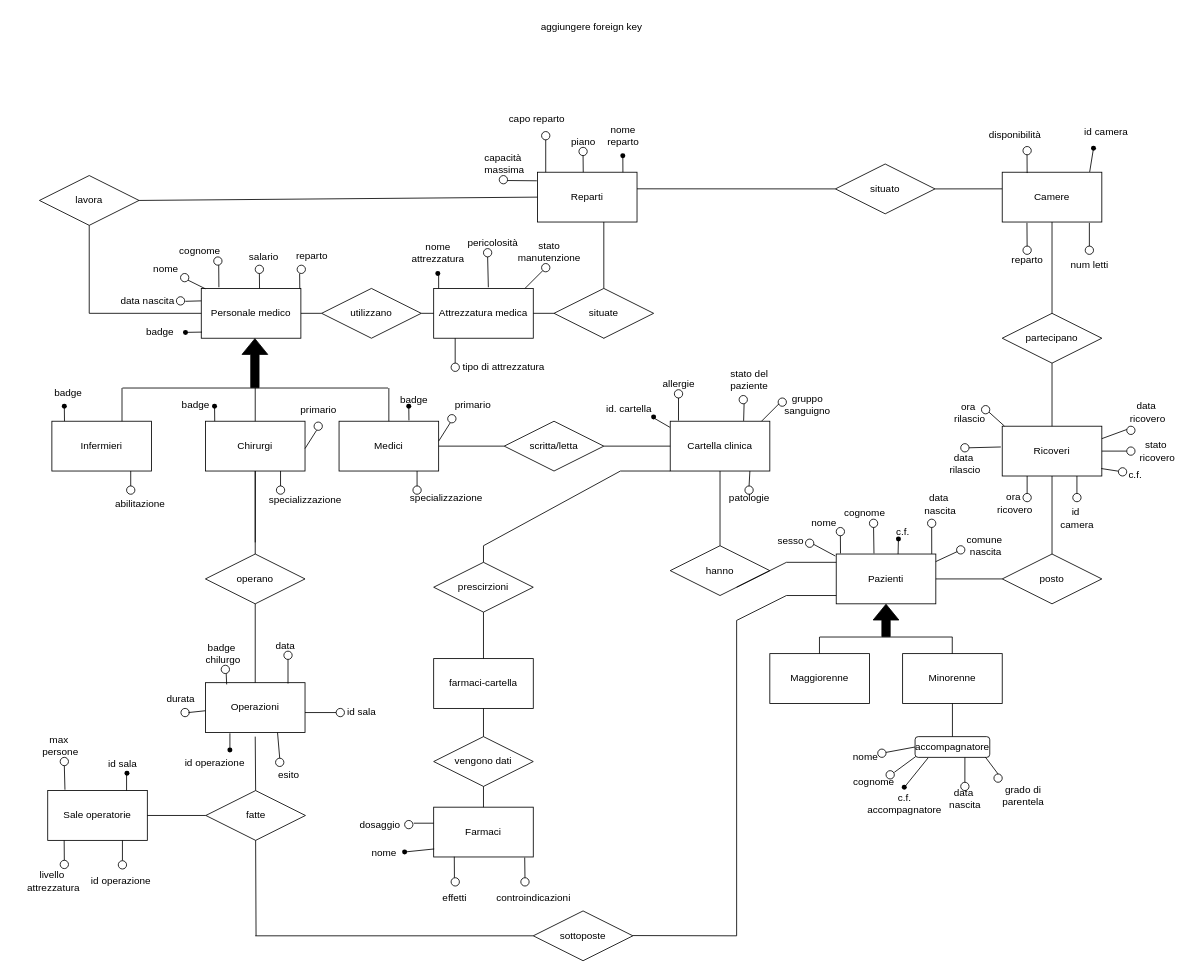
This is ER-conc2.drawio from MicheleDioli/UniPD-database-project-2024, a draw.io file, before an edit. Source tidied: cells renumbered, new cells numbered last; positions are measured from the earlier drawing's top-left corner, leaving out a move shared by most shapes. Both pictures are drawn from the tidied source at 83%, with x=0, y=0 at pixel (14, 14).
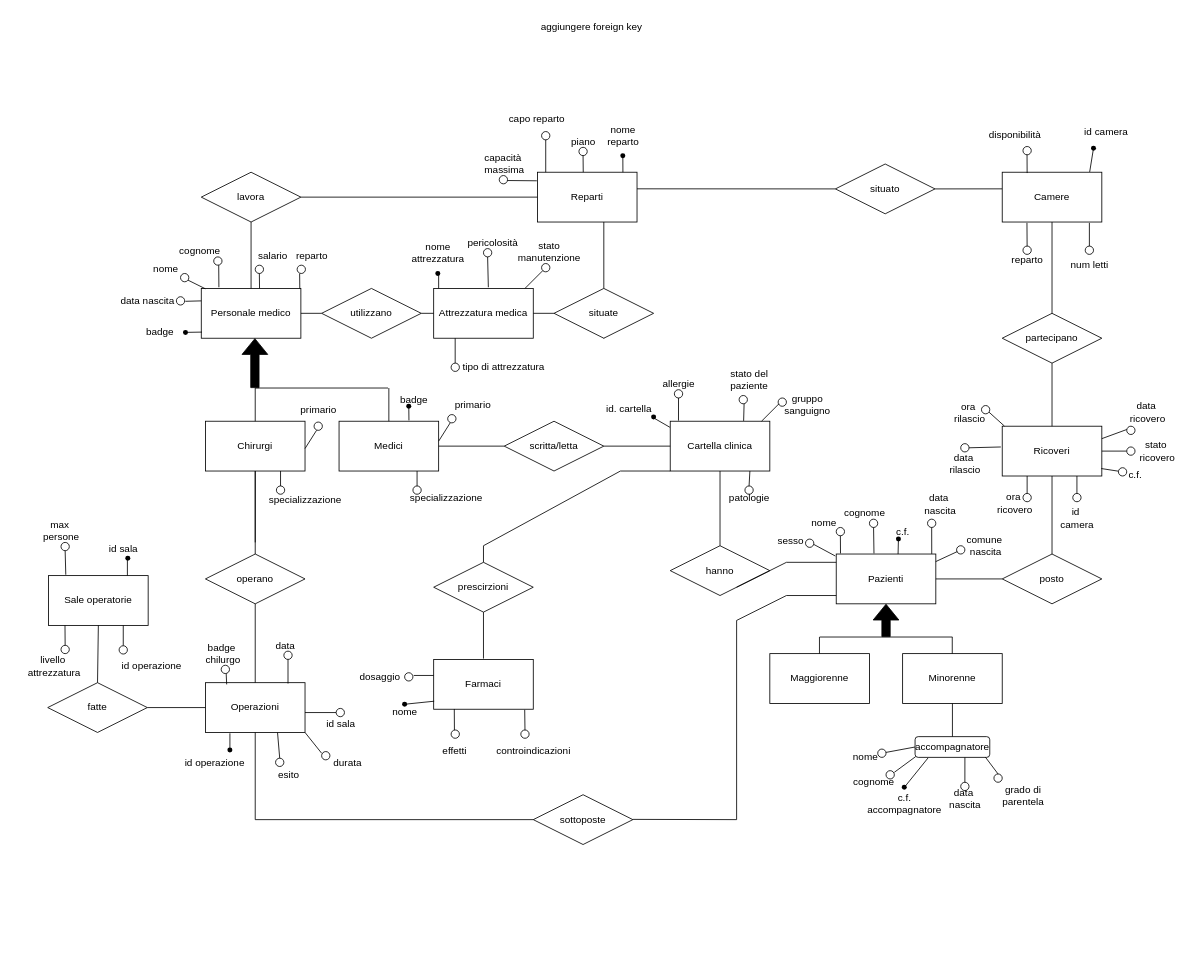
The same page after the edit.

Commit message:
conc aggiornato

The change refers to these unchanged cells:
```xml
<mxCell id="2" value="Personale medico" style="rounded=0;whiteSpace=wrap;html=1;" parent="1" vertex="1">
  <mxGeometry x="225" y="330" width="120" height="60" as="geometry" />
</mxCell>
<mxCell id="167" value="Operazioni" style="rounded=0;whiteSpace=wrap;html=1;" parent="1" vertex="1">
  <mxGeometry x="230" y="805" width="120" height="60" as="geometry" />
</mxCell>
<mxCell id="263" value="prescirzioni" style="shape=rhombus;perimeter=rhombusPerimeter;whiteSpace=wrap;html=1;align=center;" parent="1" vertex="1">
  <mxGeometry x="505" y="660" width="120" height="60" as="geometry" />
</mxCell>
```

The edit, as a diff of the source:
```diff
@@
-    <mxCell id="5" value="Infermieri" style="rounded=0;whiteSpace=wrap;html=1;" parent="1" vertex="1">
-      <mxGeometry x="45" y="490" width="120" height="60" as="geometry" />
-    </mxCell>
@@
     <mxCell id="11" value="Sale operatorie" style="rounded=0;whiteSpace=wrap;html=1;" parent="1" vertex="1">
-      <mxGeometry x="40" y="935" width="120" height="60" as="geometry" />
+      <mxGeometry x="41" y="676" width="120" height="60" as="geometry" />
     </mxCell>
@@
     <mxCell id="13" value="Farmaci" style="rounded=0;whiteSpace=wrap;html=1;" parent="1" vertex="1">
-      <mxGeometry x="505" y="955" width="120" height="60" as="geometry" />
+      <mxGeometry x="505" y="777" width="120" height="60" as="geometry" />
     </mxCell>
@@
     <mxCell id="20" value="lavora" style="shape=rhombus;perimeter=rhombusPerimeter;whiteSpace=wrap;html=1;align=center;" parent="1" vertex="1">
-      <mxGeometry x="30" y="194" width="120" height="60" as="geometry" />
+      <mxGeometry x="225" y="190" width="120" height="60" as="geometry" />
     </mxCell>
@@
     <mxCell id="22" value="fatte" style="shape=rhombus;perimeter=rhombusPerimeter;whiteSpace=wrap;html=1;align=center;" parent="1" vertex="1">
-      <mxGeometry x="230.5" y="935" width="120" height="60" as="geometry" />
+      <mxGeometry x="40" y="805" width="120" height="60" as="geometry" />
     </mxCell>
@@
     <mxCell id="28" value="sottoposte" style="shape=rhombus;perimeter=rhombusPerimeter;whiteSpace=wrap;html=1;align=center;" parent="1" vertex="1">
-      <mxGeometry x="625" y="1080" width="120" height="60" as="geometry" />
+      <mxGeometry x="625" y="940" width="120" height="60" as="geometry" />
     </mxCell>
@@
-    <mxCell id="32" style="endArrow=none;html=1;rounded=0;" parent="1" edge="1">
-      <mxGeometry relative="1" as="geometry">
-        <mxPoint x="129.5" y="490" as="sourcePoint" />
-        <mxPoint x="129.5" y="450" as="targetPoint" />
-      </mxGeometry>
-    </mxCell>
     <mxCell id="33" style="endArrow=none;html=1;rounded=0;" parent="1" edge="1">
       <mxGeometry relative="1" as="geometry">
-        <mxPoint x="130" y="450" as="sourcePoint" />
+        <mxPoint x="290" y="450" as="sourcePoint" />
         <mxPoint x="450" y="450" as="targetPoint" />
       </mxGeometry>
     </mxCell>
@@
     <mxCell id="45" style="endArrow=none;html=1;rounded=0;" parent="1" edge="1">
       <mxGeometry relative="1" as="geometry">
-        <mxPoint x="870" y="1110" as="sourcePoint" />
+        <mxPoint x="870" y="970" as="sourcePoint" />
         <mxPoint x="870" y="730" as="targetPoint" />
       </mxGeometry>
     </mxCell>
     <mxCell id="46" style="endArrow=none;html=1;rounded=0;" parent="1" edge="1">
       <mxGeometry relative="1" as="geometry">
-        <mxPoint x="745" y="1109.7" as="sourcePoint" />
-        <mxPoint x="870" y="1110" as="targetPoint" />
+        <mxPoint x="745" y="969.7" as="sourcePoint" />
+        <mxPoint x="870" y="970" as="targetPoint" />
       </mxGeometry>
     </mxCell>
@@
-    <mxCell id="48" style="endArrow=none;html=1;rounded=0;exitX=0.5;exitY=0;exitDx=0;exitDy=0;" parent="1" edge="1" source="22">
-      <mxGeometry relative="1" as="geometry">
-        <mxPoint x="290" y="870" as="targetPoint" />
-      </mxGeometry>
-    </mxCell>
@@
     <mxCell id="59" value="nome" style="text;html=1;align=center;verticalAlign=middle;strokeColor=none;fillColor=none;" parent="1" vertex="1">
-      <mxGeometry x="420" y="995" width="50" height="30" as="geometry" />
+      <mxGeometry x="445" y="826" width="50" height="30" as="geometry" />
     </mxCell>
     <mxCell id="60" value="effetti" style="text;html=1;align=center;verticalAlign=middle;strokeColor=none;fillColor=none;" parent="1" vertex="1">
-      <mxGeometry x="505" y="1050" width="50" height="30" as="geometry" />
+      <mxGeometry x="505" y="872" width="50" height="30" as="geometry" />
     </mxCell>
     <mxCell id="61" value="controindicazioni" style="text;html=1;align=center;verticalAlign=middle;strokeColor=none;fillColor=none;" parent="1" vertex="1">
-      <mxGeometry x="570" y="1050" width="110" height="30" as="geometry" />
+      <mxGeometry x="570" y="872" width="110" height="30" as="geometry" />
     </mxCell>
     <mxCell id="62" value="dosaggio" style="text;html=1;align=center;verticalAlign=middle;strokeColor=none;fillColor=none;" parent="1" vertex="1">
-      <mxGeometry x="405" y="961" width="70" height="30" as="geometry" />
+      <mxGeometry x="405" y="783" width="70" height="30" as="geometry" />
     </mxCell>
@@
     <mxCell id="64" value="salario" style="text;html=1;align=center;verticalAlign=middle;strokeColor=none;fillColor=none;" parent="1" vertex="1">
-      <mxGeometry x="269.5" y="277" width="60" height="30" as="geometry" />
+      <mxGeometry x="280.5" y="276" width="60" height="30" as="geometry" />
     </mxCell>
@@
     <mxCell id="73" value="id sala" style="text;html=1;align=center;verticalAlign=middle;strokeColor=none;fillColor=none;" parent="1" vertex="1">
-      <mxGeometry x="100" y="888" width="60" height="30" as="geometry" />
+      <mxGeometry x="101" y="629" width="60" height="30" as="geometry" />
     </mxCell>
     <mxCell id="74" value="livello&lt;div&gt;&amp;nbsp;attrezzatura&lt;/div&gt;" style="text;html=1;align=center;verticalAlign=middle;strokeColor=none;fillColor=none;" parent="1" vertex="1">
-      <mxGeometry y="1024" width="90" height="40" as="geometry" />
+      <mxGeometry x="1" y="765" width="90" height="40" as="geometry" />
     </mxCell>
     <mxCell id="75" value="max&amp;nbsp;&lt;div&gt;persone&lt;/div&gt;" style="text;html=1;align=center;verticalAlign=middle;strokeColor=none;fillColor=none;" parent="1" vertex="1">
-      <mxGeometry x="20" y="861" width="70" height="40" as="geometry" />
+      <mxGeometry x="21" y="602" width="70" height="40" as="geometry" />
     </mxCell>
@@
     <mxCell id="130" style="ellipse;whiteSpace=wrap;html=1;" parent="1" vertex="1">
-      <mxGeometry x="55" y="895" width="10" height="10" as="geometry" />
+      <mxGeometry x="56" y="636" width="10" height="10" as="geometry" />
     </mxCell>
     <mxCell id="131" style="ellipse;whiteSpace=wrap;html=1;" parent="1" vertex="1">
-      <mxGeometry x="55" y="1019" width="10" height="10" as="geometry" />
+      <mxGeometry x="56" y="760" width="10" height="10" as="geometry" />
     </mxCell>
     <mxCell id="132" style="ellipse;whiteSpace=wrap;html=1;" parent="1" vertex="1">
-      <mxGeometry x="470" y="971" width="10" height="10" as="geometry" />
+      <mxGeometry x="470" y="793" width="10" height="10" as="geometry" />
     </mxCell>
     <mxCell id="133" style="ellipse;whiteSpace=wrap;html=1;" parent="1" vertex="1">
-      <mxGeometry x="526" y="1040" width="10" height="10" as="geometry" />
+      <mxGeometry x="526" y="862" width="10" height="10" as="geometry" />
     </mxCell>
     <mxCell id="134" style="ellipse;whiteSpace=wrap;html=1;" parent="1" vertex="1">
-      <mxGeometry x="610" y="1040" width="10" height="10" as="geometry" />
+      <mxGeometry x="610" y="862" width="10" height="10" as="geometry" />
     </mxCell>
     <mxCell id="135" style="endArrow=none;html=1;rounded=0;" parent="1" edge="1">
       <mxGeometry relative="1" as="geometry">
-        <mxPoint x="505" y="974.3" as="sourcePoint" />
-        <mxPoint x="481" y="974.3" as="targetPoint" />
+        <mxPoint x="505" y="796.3" as="sourcePoint" />
+        <mxPoint x="481" y="796.3" as="targetPoint" />
       </mxGeometry>
     </mxCell>
@@
     <mxCell id="137" style="endArrow=none;html=1;rounded=0;entryX=0.207;entryY=0.995;entryDx=0;entryDy=0;entryPerimeter=0;" parent="1" edge="1" target="13">
       <mxGeometry relative="1" as="geometry">
-        <mxPoint x="530" y="1040" as="sourcePoint" />
+        <mxPoint x="530" y="862" as="sourcePoint" />
       </mxGeometry>
     </mxCell>
     <mxCell id="138" style="endArrow=none;html=1;rounded=0;entryX=0.914;entryY=1.012;entryDx=0;entryDy=0;entryPerimeter=0;" parent="1" edge="1" target="13">
       <mxGeometry relative="1" as="geometry">
-        <mxPoint x="615" y="1040" as="sourcePoint" />
+        <mxPoint x="615" y="862" as="sourcePoint" />
       </mxGeometry>
     </mxCell>
@@
     <mxCell id="140" style="endArrow=none;html=1;rounded=0;entryX=0.5;entryY=1;entryDx=0;entryDy=0;" parent="1" edge="1">
       <mxGeometry relative="1" as="geometry">
-        <mxPoint x="135" y="935" as="sourcePoint" />
-        <mxPoint x="135" y="914" as="targetPoint" />
+        <mxPoint x="136" y="676" as="sourcePoint" />
+        <mxPoint x="136" y="655" as="targetPoint" />
       </mxGeometry>
     </mxCell>
@@
     <mxCell id="178" style="ellipse;whiteSpace=wrap;html=1;" parent="1" vertex="1">
-      <mxGeometry x="200.5" y="836" width="10" height="10" as="geometry" />
+      <mxGeometry x="370" y="888" width="10" height="10" as="geometry" />
     </mxCell>
-    <mxCell id="179" style="endArrow=none;html=1;rounded=0;exitX=-0.001;exitY=0.564;exitDx=0;exitDy=0;exitPerimeter=0;" parent="1" edge="1" source="167">
+    <mxCell id="179" style="endArrow=none;html=1;rounded=0;entryX=1;entryY=1;entryDx=0;entryDy=0;" parent="1" edge="1" target="167">
       <mxGeometry relative="1" as="geometry">
-        <mxPoint x="209.5" y="841" as="targetPoint" />
+        <mxPoint x="370" y="890" as="sourcePoint" />
       </mxGeometry>
     </mxCell>
@@
     <mxCell id="181" value="durata" style="text;html=1;align=center;verticalAlign=middle;strokeColor=none;fillColor=none;" parent="1" vertex="1">
-      <mxGeometry x="170" y="810" width="60" height="30" as="geometry" />
+      <mxGeometry x="370.9" y="887" width="60" height="30" as="geometry" />
     </mxCell>
@@
     <mxCell id="183" value="id operazione" style="text;html=1;align=center;verticalAlign=middle;strokeColor=none;fillColor=none;" parent="1" vertex="1">
-      <mxGeometry x="78" y="1029" width="100" height="30" as="geometry" />
+      <mxGeometry x="115" y="770" width="100" height="30" as="geometry" />
     </mxCell>
@@
     <mxCell id="189" style="shape=waypoint;sketch=0;fillStyle=solid;size=6;points=[];fillColor=none;perimeter=centerPerimeter;snapToPoint=1;" parent="1" vertex="1">
-      <mxGeometry x="460" y="999" width="20" height="20" as="geometry" />
+      <mxGeometry x="460" y="821" width="20" height="20" as="geometry" />
     </mxCell>
@@
     <mxCell id="191" style="shape=waypoint;sketch=0;fillStyle=solid;size=6;fillColor=none;perimeter=centerPerimeter;" parent="1" vertex="1">
-      <mxGeometry x="125.5" y="904" width="20" height="20" as="geometry" />
+      <mxGeometry x="126.5" y="645" width="20" height="20" as="geometry" />
     </mxCell>
@@
-    <mxCell id="205" value="abilitazione" style="text;html=1;align=center;verticalAlign=middle;strokeColor=none;fillColor=none;" parent="1" vertex="1">
-      <mxGeometry x="111" y="575" width="80" height="30" as="geometry" />
-    </mxCell>
-    <mxCell id="206" style="ellipse;whiteSpace=wrap;html=1;" parent="1" vertex="1">
-      <mxGeometry x="135" y="568" width="10" height="10" as="geometry" />
-    </mxCell>
-    <mxCell id="207" style="endArrow=none;html=1;rounded=0;exitX=0.585;exitY=-0.001;exitDx=0;exitDy=0;exitPerimeter=0;" parent="1" edge="1">
-      <mxGeometry relative="1" as="geometry">
-        <mxPoint x="140" y="568" as="sourcePoint" />
-        <mxPoint x="140" y="550" as="targetPoint" />
-      </mxGeometry>
-    </mxCell>
@@
-    <mxCell id="239" style="endArrow=none;html=1;entryX=0.5;entryY=1;entryDx=0;entryDy=0;" parent="1" edge="1" target="20">
-      <mxGeometry relative="1" as="geometry">
-        <mxPoint x="90" y="360" as="sourcePoint" />
-      </mxGeometry>
-    </mxCell>
-    <mxCell id="240" style="endArrow=none;html=1;entryX=0;entryY=0.5;entryDx=0;entryDy=0;" parent="1" edge="1" target="2">
-      <mxGeometry relative="1" as="geometry">
-        <mxPoint x="90" y="360" as="sourcePoint" />
-      </mxGeometry>
-    </mxCell>
@@
-    <mxCell id="244" style="endArrow=none;html=1;rounded=0;exitX=0.585;exitY=-0.001;exitDx=0;exitDy=0;exitPerimeter=0;" parent="1" edge="1">
-      <mxGeometry relative="1" as="geometry">
-        <mxPoint x="60.2" y="489.9" as="sourcePoint" />
-        <mxPoint x="60" y="472" as="targetPoint" />
-      </mxGeometry>
-    </mxCell>
-    <mxCell id="245" style="endArrow=none;html=1;rounded=0;exitX=0.585;exitY=-0.001;exitDx=0;exitDy=0;exitPerimeter=0;" parent="1" edge="1">
-      <mxGeometry relative="1" as="geometry">
-        <mxPoint x="241.2" y="489.9" as="sourcePoint" />
-        <mxPoint x="241" y="472" as="targetPoint" />
-      </mxGeometry>
-    </mxCell>
@@
-    <mxCell id="248" value="badge" style="text;html=1;align=center;verticalAlign=middle;strokeColor=none;fillColor=none;" parent="1" vertex="1">
-      <mxGeometry x="187.5" y="455" width="60" height="30" as="geometry" />
-    </mxCell>
-    <mxCell id="249" value="badge" style="text;strokeColor=none;align=center;fillColor=none;html=1;verticalAlign=middle;whiteSpace=wrap;rounded=0;" parent="1" vertex="1">
-      <mxGeometry x="35" y="441" width="60" height="30" as="geometry" />
-    </mxCell>
-    <mxCell id="250" style="shape=waypoint;sketch=0;fillStyle=solid;size=6;fillColor=none;perimeter=centerPerimeter;" parent="1" vertex="1">
-      <mxGeometry x="231" y="462" width="20" height="20" as="geometry" />
-    </mxCell>
-    <mxCell id="251" style="shape=waypoint;sketch=0;fillStyle=solid;size=6;fillColor=none;perimeter=centerPerimeter;" parent="1" vertex="1">
-      <mxGeometry x="50" y="462" width="20" height="20" as="geometry" />
-    </mxCell>
@@
     <mxCell id="255" value="id sala" style="text;html=1;align=center;verticalAlign=middle;strokeColor=none;fillColor=none;" parent="1" vertex="1">
-      <mxGeometry x="387.5" y="826" width="60" height="30" as="geometry" />
+      <mxGeometry x="362.5" y="840" width="60" height="30" as="geometry" />
     </mxCell>
-    <mxCell id="256" value="farmaci-cartella" style="rounded=0;whiteSpace=wrap;html=1;" parent="1" vertex="1">
-      <mxGeometry x="505" y="776" width="120" height="60" as="geometry" />
-    </mxCell>
     <mxCell id="257" style="endArrow=none;html=1;entryX=0;entryY=0.5;entryDx=0;entryDy=0;" parent="1" edge="1" target="28">
       <mxGeometry relative="1" as="geometry">
-        <mxPoint x="290" y="1110" as="sourcePoint" />
+        <mxPoint x="290" y="970" as="sourcePoint" />
       </mxGeometry>
     </mxCell>
-    <mxCell id="258" style="endArrow=none;html=1;entryX=0.5;entryY=1;entryDx=0;entryDy=0;" parent="1" edge="1" target="22">
-      <mxGeometry relative="1" as="geometry">
-        <mxPoint x="291" y="1110" as="sourcePoint" />
-      </mxGeometry>
-    </mxCell>
-    <mxCell id="259" style="endArrow=none;html=1;entryX=0;entryY=0.5;entryDx=0;entryDy=0;" parent="1" edge="1" target="22">
-      <mxGeometry relative="1" as="geometry">
-        <mxPoint x="160" y="965" as="sourcePoint" />
-      </mxGeometry>
-    </mxCell>
     <mxCell id="260" style="endArrow=none;html=1;entryX=0.75;entryY=1;entryDx=0;entryDy=0;" parent="1" edge="1" target="261">
       <mxGeometry relative="1" as="geometry">
-        <mxPoint x="130" y="1020" as="sourcePoint" />
+        <mxPoint x="131" y="761" as="sourcePoint" />
       </mxGeometry>
     </mxCell>
     <mxCell id="261" style="ellipse;whiteSpace=wrap;html=1;" parent="1" vertex="1">
-      <mxGeometry x="125" y="1019.5" width="10" height="10" as="geometry" />
+      <mxGeometry x="126" y="760.5" width="10" height="10" as="geometry" />
     </mxCell>
     <mxCell id="262" style="endArrow=none;html=1;exitX=0.5;exitY=0;exitDx=0;exitDy=0;" parent="1" edge="1" source="131">
       <mxGeometry relative="1" as="geometry">
-        <mxPoint x="59.8" y="995" as="targetPoint" />
+        <mxPoint x="60.8" y="736" as="targetPoint" />
       </mxGeometry>
     </mxCell>
@@
-    <mxCell id="264" value="vengono dati" style="shape=rhombus;perimeter=rhombusPerimeter;whiteSpace=wrap;html=1;align=center;" parent="1" vertex="1">
-      <mxGeometry x="505" y="870" width="120" height="60" as="geometry" />
-    </mxCell>
-    <mxCell id="265" style="endArrow=none;html=1;exitX=0.5;exitY=0;exitDx=0;exitDy=0;entryX=0.5;entryY=1;entryDx=0;entryDy=0;" parent="1" edge="1" source="13" target="264">
-      <mxGeometry relative="1" as="geometry" />
-    </mxCell>
-    <mxCell id="266" style="endArrow=none;html=1;entryX=0.5;entryY=0;entryDx=0;entryDy=0;exitX=0.5;exitY=1;exitDx=0;exitDy=0;" parent="1" edge="1" source="256" target="264">
-      <mxGeometry relative="1" as="geometry" />
-    </mxCell>
-    <mxCell id="267" style="endArrow=none;html=1;entryX=0.5;entryY=1;entryDx=0;entryDy=0;exitX=0.5;exitY=0;exitDx=0;exitDy=0;" parent="1" edge="1" source="256" target="263">
-      <mxGeometry relative="1" as="geometry" />
+    <mxCell id="267" style="endArrow=none;html=1;entryX=0.5;entryY=1;entryDx=0;entryDy=0;exitX=0.5;exitY=0;exitDx=0;exitDy=0;" parent="1" edge="1" target="263">
+      <mxGeometry relative="1" as="geometry">
+        <mxPoint x="565" y="776" as="sourcePoint" />
+      </mxGeometry>
     </mxCell>
@@
+    <mxCell id="271" style="endArrow=none;html=1;entryX=0.5;entryY=0;entryDx=0;entryDy=0;exitX=0.5;exitY=1;exitDx=0;exitDy=0;" parent="1" edge="1" source="11" target="22">
+      <mxGeometry relative="1" as="geometry" />
+    </mxCell>
+    <mxCell id="272" style="endArrow=none;html=1;entryX=0;entryY=0.5;entryDx=0;entryDy=0;exitX=1;exitY=0.5;exitDx=0;exitDy=0;" parent="1" edge="1" source="22" target="167">
+      <mxGeometry relative="1" as="geometry" />
+    </mxCell>
+    <mxCell id="273" style="endArrow=none;html=1;entryX=0.5;entryY=1;entryDx=0;entryDy=0;" parent="1" edge="1" target="167">
+      <mxGeometry relative="1" as="geometry">
+        <mxPoint x="290" y="970" as="sourcePoint" />
+      </mxGeometry>
+    </mxCell>
+    <mxCell id="274" style="endArrow=none;html=1;entryX=0.5;entryY=1;entryDx=0;entryDy=0;exitX=0.5;exitY=0;exitDx=0;exitDy=0;" parent="1" edge="1" source="2" target="20">
+      <mxGeometry relative="1" as="geometry" />
+    </mxCell>
```
